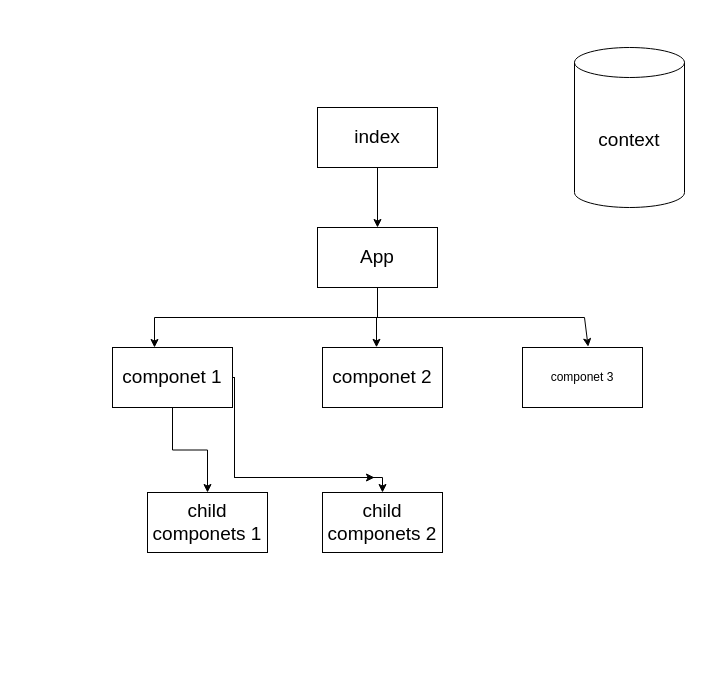
Above: Untitled Diagram.drawio in rasuljonFullStackDev/react-dars-reja (draw.io), before the change. Source tidied: cells renumbered, new cells numbered last; positions are measured from the earlier drawing's top-left corner, leaving out a move shared by most shapes. Both pictures are drawn from the tidied source at 100%, with x=0, y=0 at pixel (112, 47).
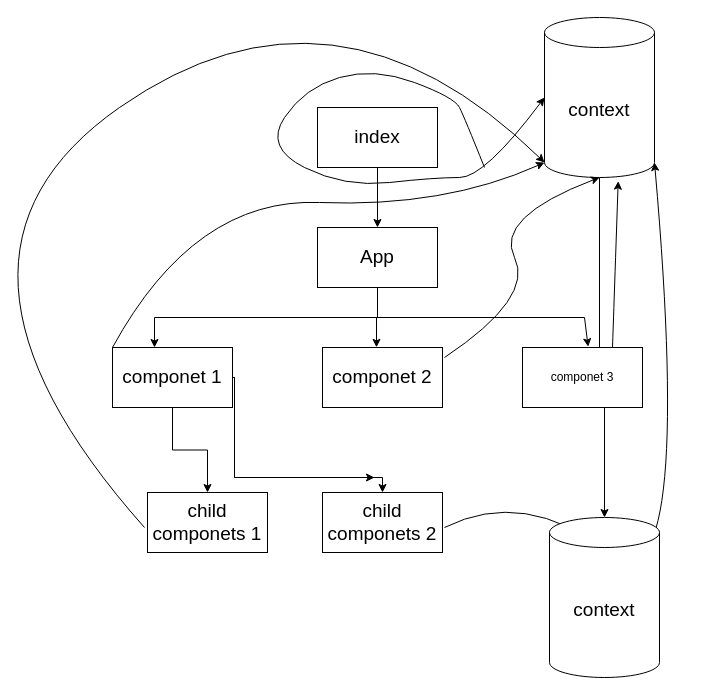
The same diagram, later.

Commit message:
reactjs usecontext

The change refers to these unchanged cells:
```xml
<mxCell id="9" value="componet 1" style="rounded=0;whiteSpace=wrap;html=1;fontSize=19;" parent="1" vertex="1">
  <mxGeometry y="300" width="120" height="60" as="geometry" />
</mxCell>
<mxCell id="11" value="&lt;span style=&quot;&quot;&gt;componet 3&lt;br&gt;&lt;/span&gt;" style="rounded=0;whiteSpace=wrap;html=1;" parent="1" vertex="1">
  <mxGeometry x="410" y="300" width="120" height="60" as="geometry" />
</mxCell>
```

Diff of the diagram source:
```diff
@@
+    <mxCell id="18" style="edgeStyle=orthogonalEdgeStyle;rounded=0;jettySize=auto;html=1;fontSize=19;" parent="1" edge="1" source="2" target="25">
+      <mxGeometry relative="1" as="geometry" />
+    </mxCell>
     <mxCell id="2" value="context" style="shape=cylinder3;whiteSpace=wrap;html=1;boundedLbl=1;backgroundOutline=1;size=15;fontSize=19;" parent="1" vertex="1">
-      <mxGeometry x="462" width="110" height="160" as="geometry" />
+      <mxGeometry x="432" y="-30" width="110" height="160" as="geometry" />
     </mxCell>
@@
+    <mxCell id="19" style="curved=1;endArrow=classic;html=1;rounded=0;fontSize=19;entryX=1;entryY=1;entryDx=0;entryDy=-15;entryPerimeter=0;" parent="1" edge="1" target="2">
+      <mxGeometry relative="1" as="geometry">
+        <mxPoint x="332" y="480" as="sourcePoint" />
+        <Array as="points">
+          <mxPoint x="412" y="440" />
+          <mxPoint x="582" y="570" />
+        </Array>
+      </mxGeometry>
+    </mxCell>
+    <mxCell id="20" style="curved=1;endArrow=classic;html=1;rounded=0;fontSize=19;entryX=0;entryY=1;entryDx=0;entryDy=-15;entryPerimeter=0;" parent="1" edge="1" target="2">
+      <mxGeometry relative="1" as="geometry">
+        <mxPoint x="32" y="480" as="sourcePoint" />
+        <Array as="points">
+          <mxPoint x="-208" y="210" />
+          <mxPoint x="222" y="-90" />
+        </Array>
+      </mxGeometry>
+    </mxCell>
+    <mxCell id="21" style="curved=1;endArrow=classic;html=1;rounded=0;fontSize=19;entryX=0.5;entryY=1;entryDx=0;entryDy=0;entryPerimeter=0;" parent="1" edge="1" target="2">
+      <mxGeometry relative="1" as="geometry">
+        <mxPoint x="332" y="310" as="sourcePoint" />
+        <Array as="points">
+          <mxPoint x="422" y="250" />
+          <mxPoint x="382" y="170" />
+        </Array>
+      </mxGeometry>
+    </mxCell>
+    <mxCell id="22" style="curved=1;endArrow=classic;html=1;rounded=0;fontSize=19;exitX=0;exitY=0;exitDx=0;exitDy=0;entryX=0;entryY=1;entryDx=0;entryDy=-15;entryPerimeter=0;" parent="1" edge="1" source="9" target="2">
+      <mxGeometry relative="1" as="geometry">
+        <Array as="points">
+          <mxPoint x="82" y="150" />
+          <mxPoint x="332" y="160" />
+        </Array>
+      </mxGeometry>
+    </mxCell>
+    <mxCell id="23" style="curved=1;endArrow=classic;html=1;rounded=0;fontSize=19;exitX=0.75;exitY=0;exitDx=0;exitDy=0;entryX=0.67;entryY=1.023;entryDx=0;entryDy=0;entryPerimeter=0;" parent="1" edge="1" source="11" target="2">
+      <mxGeometry relative="1" as="geometry" />
+    </mxCell>
+    <mxCell id="24" style="curved=1;endArrow=classic;html=1;rounded=0;fontSize=19;entryX=0;entryY=0.5;entryDx=0;entryDy=0;entryPerimeter=0;" parent="1" edge="1" target="2">
+      <mxGeometry relative="1" as="geometry">
+        <mxPoint x="372" y="120" as="sourcePoint" />
+        <Array as="points">
+          <mxPoint x="352" y="70" />
+          <mxPoint x="342" y="50" />
+          <mxPoint x="262" y="20" />
+          <mxPoint x="192" y="40" />
+          <mxPoint x="152" y="100" />
+          <mxPoint x="232" y="140" />
+          <mxPoint x="322" y="130" />
+          <mxPoint x="372" y="130" />
+        </Array>
+      </mxGeometry>
+    </mxCell>
+    <mxCell id="25" value="context" style="shape=cylinder3;whiteSpace=wrap;html=1;boundedLbl=1;backgroundOutline=1;size=15;fontSize=19;labelBackgroundColor=none;fillColor=#FFFFFF;" parent="1" vertex="1">
+      <mxGeometry x="437" y="470" width="110" height="160" as="geometry" />
+    </mxCell>
```
